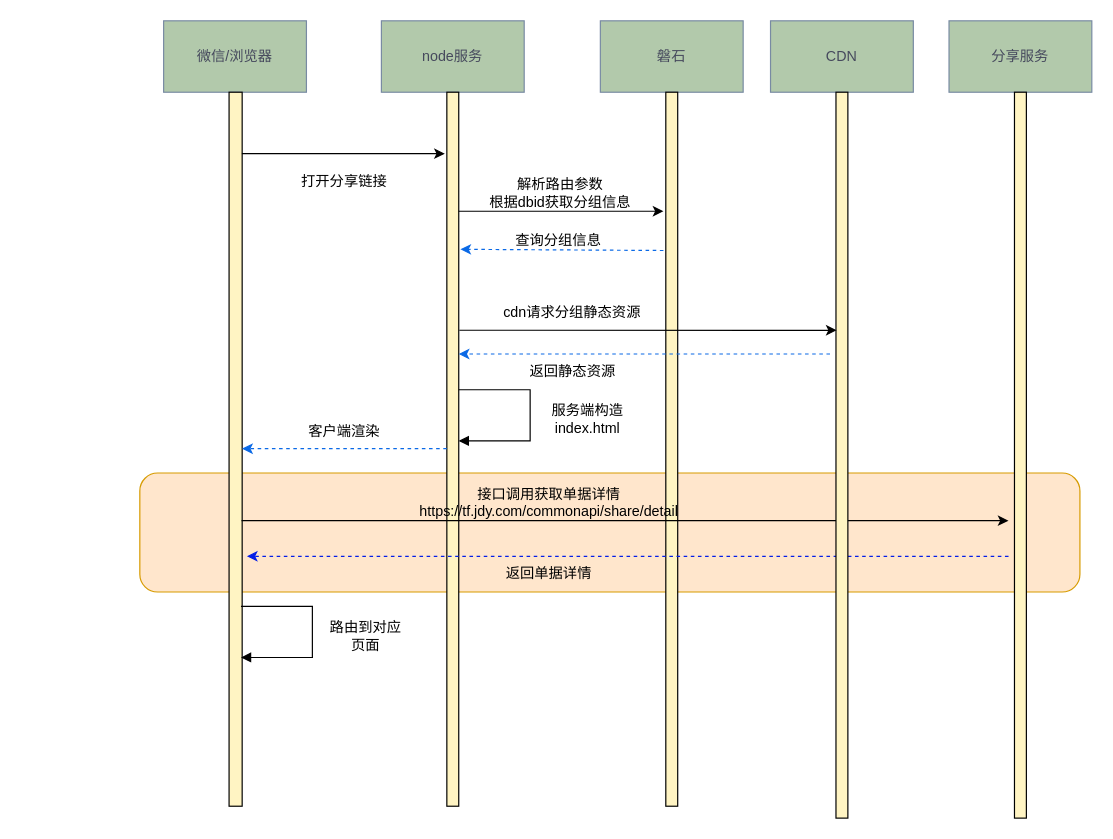
Mark-LoveFootball/mind keeps this draw.io diagram as 未命名绘图.drawio. Above is the earlier version. Source tidied: cells renumbered, new cells numbered last; positions are measured from the earlier drawing's top-left corner, leaving out a move shared by most shapes. Both pictures are drawn from the tidied source at 119%, with x=0, y=0 at pixel (139, 20).
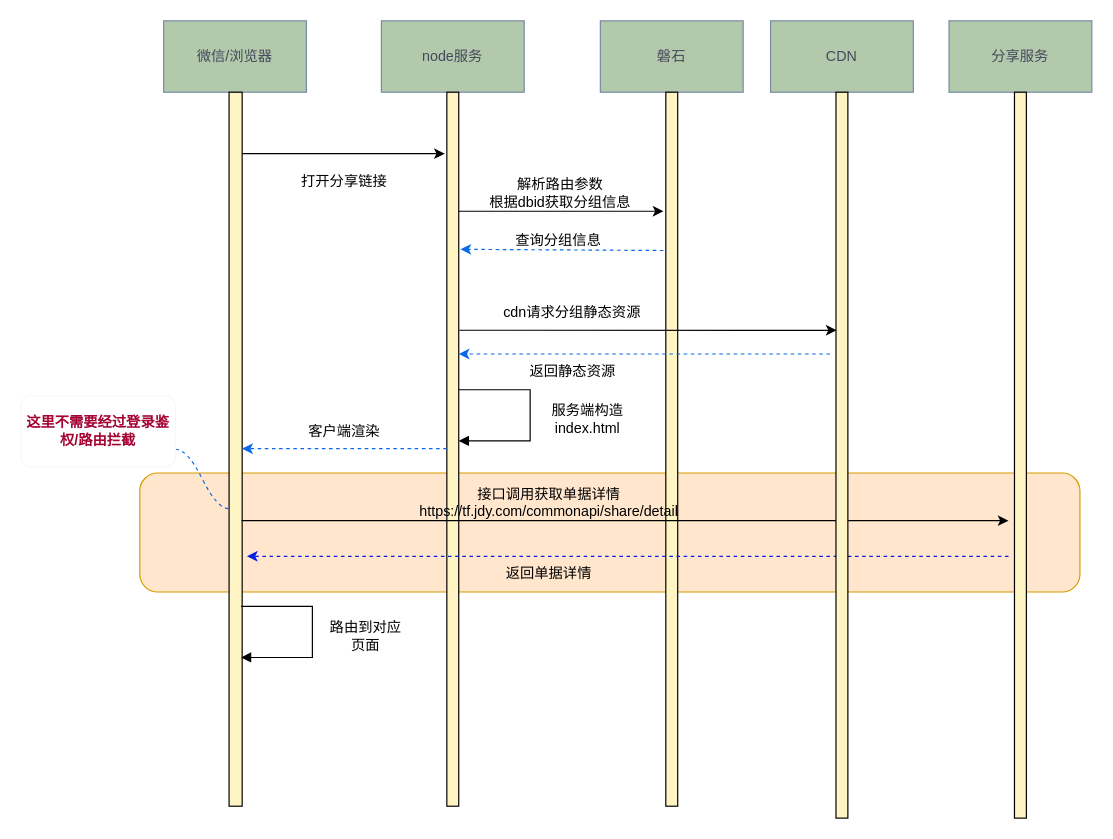
After the change.

Commit message:
更新未命名绘图.drawio

Change to the diagram source:
```diff
@@
+    <mxCell id="33" style="edgeStyle=entityRelationEdgeStyle;startArrow=none;endArrow=none;segment=10;curved=1;sourcePerimeterSpacing=0;targetPerimeterSpacing=0;rounded=0;dashed=1;labelBorderColor=default;strokeColor=#0a69e6;fontColor=#03a58a;" parent="1" edge="1">
+      <mxGeometry relative="1" as="geometry">
+        <mxPoint x="30" y="360" as="sourcePoint" />
+        <mxPoint x="75" y="410" as="targetPoint" />
+      </mxGeometry>
+    </mxCell>
+    <mxCell id="34" value="这里不需要经过登录鉴权/路由拦截" style="rounded=1;whiteSpace=wrap;html=1;labelBorderColor=none;strokeColor=#f8f7f7;fontColor=#a50334;fillColor=none;fontStyle=1;" parent="1" vertex="1">
+      <mxGeometry x="-100" y="315" width="130" height="60" as="geometry" />
+    </mxCell>
```
